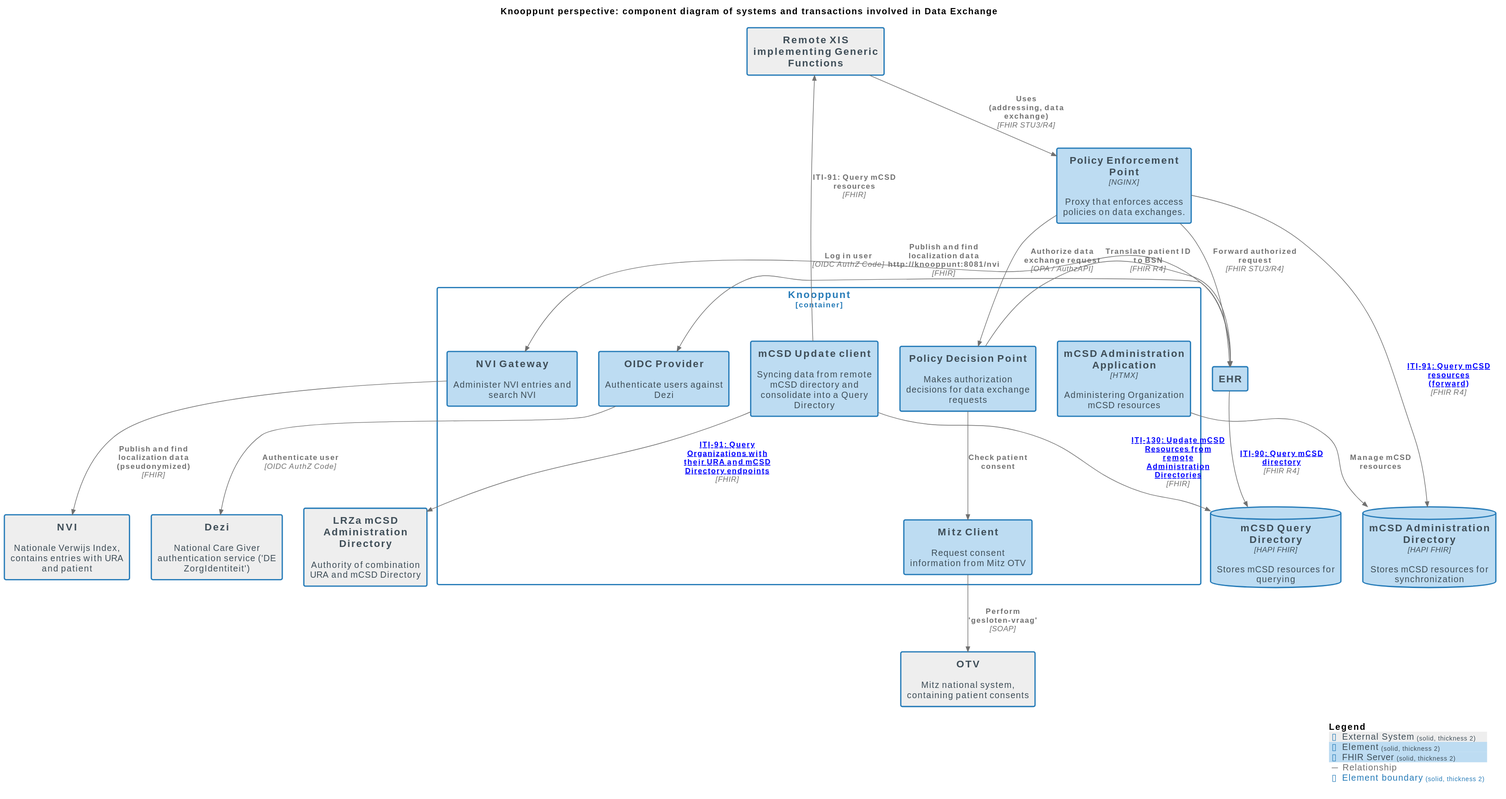
The PlantUML diagram docs/images/structurizr-DataExchange_ComponentDiagram.svg in nuts-foundation/nuts-knooppunt, before a commit.
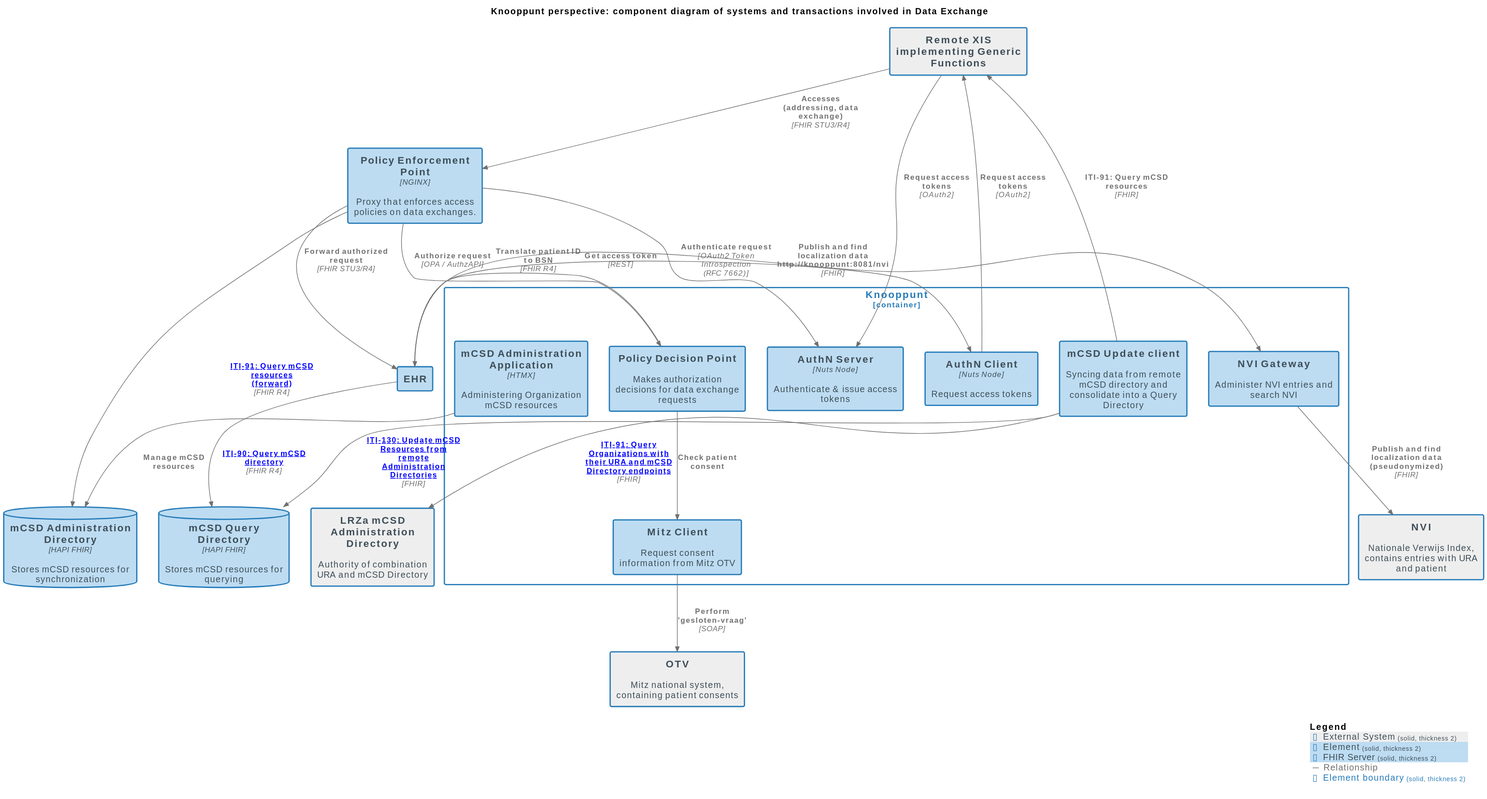
Above is the later version.

The edit, as a diff of the source:
```diff
@@ -20,7 +20,6 @@
 System(LRZamCSDAdministrationDirectory, "LRZa mCSD Administration Directory", $descr="Authority of combination URA and mCSD Directory", $tags="External System", $link="")
 System(NVI, "NVI", $descr="Nationale Verwijs Index, contains entries with URA and patient", $tags="External System", $link="")
 System(OTV, "OTV", $descr="Mitz national system, containing patient consents", $tags="External System", $link="")
-System(Dezi, "Dezi", $descr="National Care Giver authentication service ('DE ZorgIdentiteit')", $tags="External System", $link="")
 System(RemoteXISimplementingGenericFunctions, "Remote XIS\nimplementing Generic Functions", $descr="", $tags="External System", $link="")
 Container(XIS.EHR, "EHR", $techn="", $descr="", $tags="Element", $link="")
 Container(XIS.PolicyEnforcementPoint, "Policy Enforcement Point", $techn="NGINX", $descr="Proxy that enforces access policies on data exchanges.", $tags="Element", $link="")
@@ -33,23 +32,26 @@
   Component(XIS.Knooppunt.NVIGateway, "NVI Gateway", $techn="", $descr="Administer NVI entries and search NVI", $tags="Element", $link="")
   Component(XIS.Knooppunt.MitzClient, "Mitz Client", $techn="", $descr="Request consent information from Mitz OTV", $tags="Element", $link="")
   Component(XIS.Knooppunt.PolicyDecisionPoint, "Policy Decision Point", $techn="", $descr="Makes authorization decisions for data exchange requests", $tags="Element", $link="")
-  Component(XIS.Knooppunt.OIDCProvider, "OIDC Provider", $techn="", $descr="Authenticate users against Dezi", $tags="Element", $link="")
+  Component(XIS.Knooppunt.AuthNClient, "AuthN Client", $techn="Nuts Node", $descr="Request access tokens", $tags="Element", $link="")
+  Component(XIS.Knooppunt.AuthNServer, "AuthN Server", $techn="Nuts Node", $descr="Authenticate & issue access tokens", $tags="Element", $link="")
 }
 
 Rel(XIS.Knooppunt.mCSDUpdateclient, XIS.mCSDQueryDirectory, "ITI-130: Update mCSD Resources from remote Administration Directories", $techn="FHIR", $tags="Relationship", $link="https://profiles.ihe.net/ITI/mCSD/ITI-130.html")
 Rel(XIS.Knooppunt.mCSDAdministrationApplication, XIS.mCSDAdministrationDirectory, "Manage mCSD resources", $techn="", $tags="Relationship", $link="")
 Rel(XIS.EHR, XIS.mCSDQueryDirectory, "ITI-90: Query mCSD directory", $techn="FHIR R4", $tags="Relationship", $link="https://profiles.ihe.net/ITI/mCSD/ITI-90.html")
-Rel(RemoteXISimplementingGenericFunctions, XIS.PolicyEnforcementPoint, "Uses\n(addressing, data exchange)", $techn="FHIR STU3/R4", $tags="Relationship", $link="")
+Rel(RemoteXISimplementingGenericFunctions, XIS.PolicyEnforcementPoint, "Accesses\n(addressing, data exchange)", $techn="FHIR STU3/R4", $tags="Relationship", $link="")
 Rel(XIS.PolicyEnforcementPoint, XIS.mCSDAdministrationDirectory, "ITI-91: Query mCSD resources\n(forward)", $techn="FHIR R4", $tags="Relationship", $link="https://profiles.ihe.net/ITI/mCSD/ITI-91.html")
 Rel(XIS.Knooppunt.mCSDUpdateclient, LRZamCSDAdministrationDirectory, "ITI-91: Query Organizations with their URA and mCSD Directory endpoints", $techn="FHIR", $tags="Relationship", $link="https://profiles.ihe.net/ITI/mCSD/ITI-91.html")
 Rel(XIS.Knooppunt.mCSDUpdateclient, RemoteXISimplementingGenericFunctions, "ITI-91: Query mCSD resources", $techn="FHIR", $tags="Relationship", $link="")
 Rel(XIS.EHR, XIS.Knooppunt.NVIGateway, "Publish and find localization data\nhttp://knooppunt:8081/nvi", $techn="FHIR", $tags="Relationship", $link="")
 Rel(XIS.Knooppunt.NVIGateway, NVI, "Publish and find localization data\n(pseudonymized)", $techn="FHIR", $tags="Relationship", $link="")
 Rel(XIS.Knooppunt.MitzClient, OTV, "Perform 'gesloten-vraag'", $techn="SOAP", $tags="Relationship", $link="")
-Rel(XIS.EHR, XIS.Knooppunt.OIDCProvider, "Log in user", $techn="OIDC AuthZ Code", $tags="Relationship", $link="")
-Rel(XIS.Knooppunt.OIDCProvider, Dezi, "Authenticate user", $techn="OIDC AuthZ Code", $tags="Relationship", $link="")
+Rel(XIS.EHR, XIS.Knooppunt.AuthNClient, "Get access token", $techn="REST", $tags="Relationship", $link="")
+Rel(XIS.Knooppunt.AuthNClient, RemoteXISimplementingGenericFunctions, "Request access tokens", $techn="OAuth2", $tags="Relationship", $link="")
+Rel(RemoteXISimplementingGenericFunctions, XIS.Knooppunt.AuthNServer, "Request access tokens", $techn="OAuth2", $tags="Relationship", $link="")
 Rel(XIS.Knooppunt.PolicyDecisionPoint, XIS.EHR, "Translate patient ID to BSN", $techn="FHIR R4", $tags="Relationship", $link="")
-Rel(XIS.PolicyEnforcementPoint, XIS.Knooppunt.PolicyDecisionPoint, "Authorize data exchange request", $techn="OPA / AuthzAPI", $tags="Relationship", $link="")
+Rel(XIS.PolicyEnforcementPoint, XIS.Knooppunt.AuthNServer, "Authenticate request", $techn="OAuth2 Token Introspection\n(RFC 7662)", $tags="Relationship", $link="")
+Rel(XIS.PolicyEnforcementPoint, XIS.Knooppunt.PolicyDecisionPoint, "Authorize request", $techn="OPA / AuthzAPI", $tags="Relationship", $link="")
 Rel(XIS.Knooppunt.PolicyDecisionPoint, XIS.Knooppunt.MitzClient, "Check patient consent", $techn="", $tags="Relationship", $link="")
 Rel(XIS.PolicyEnforcementPoint, XIS.EHR, "Forward authorized request", $techn="FHIR STU3/R4", $tags="Relationship", $link="")
 
```
